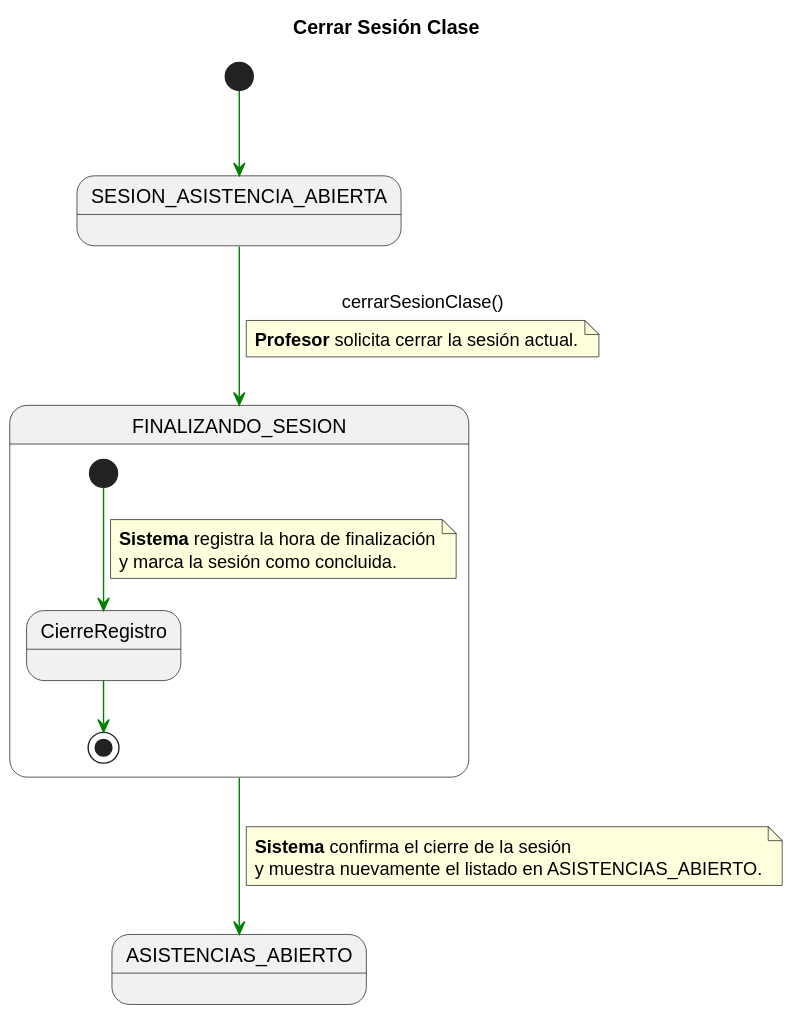
Earlier version of the PlantUML export documents/CasosDeUso/DetalladoCasosDeUso/Profesor/cerrarSesionClase.svg (enmabry/25-26-IdSw1-SdR).
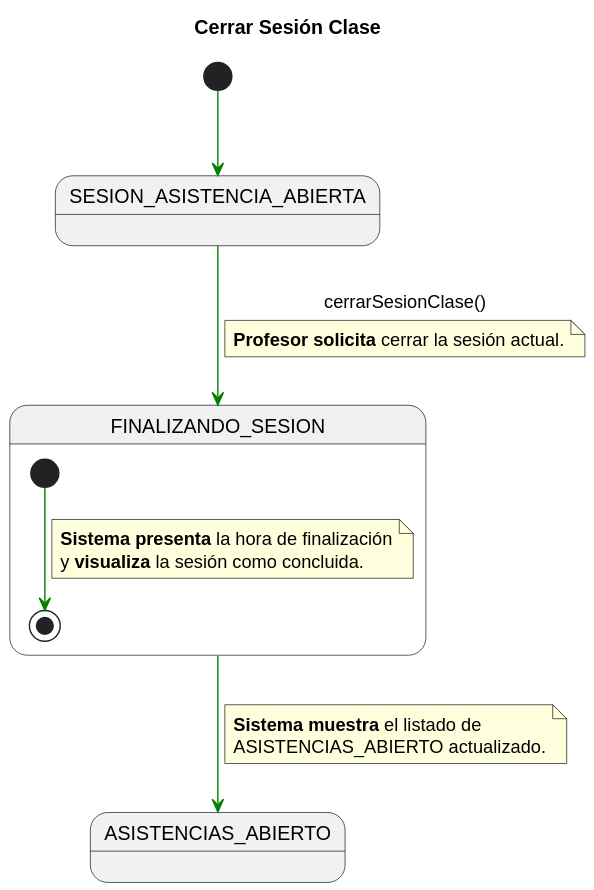
After the change.

What changed in the source:
```diff
@@ -10,25 +10,23 @@
 
 SESION_ACTUAL_INICIAL -[#green]-> PROCESO_CIERRE_COMP : cerrarSesionClase()
 note on link
-<b>Profesor</b> solicita cerrar la sesión actual.
+<b>Profesor solicita</b> cerrar la sesión actual.
 end note
 
 state PROCESO_CIERRE_COMP {
 
-    state CierreRegistro
 
-    [*] -[#green]-> CierreRegistro
+    [*] -[#green]-> [*]
     note on link
-    <b>Sistema</b> registra la hora de finalización
-    y marca la sesión como concluida.
+    <b>Sistema presenta</b> la hora de finalización
+    y <b>visualiza</b> la sesión como concluida.
     end note
 
-    CierreRegistro -[#green]-> [*]
 }
 
 PROCESO_CIERRE_COMP -[#green]-> ASISTENCIAS_FINAL
 note on link
-<b>Sistema</b> confirma el cierre de la sesión
-y muestra nuevamente el listado en ASISTENCIAS_ABIERTO.
+<b>Sistema muestra</b> el listado de
+ASISTENCIAS_ABIERTO actualizado.
 end note
 @enduml
```
